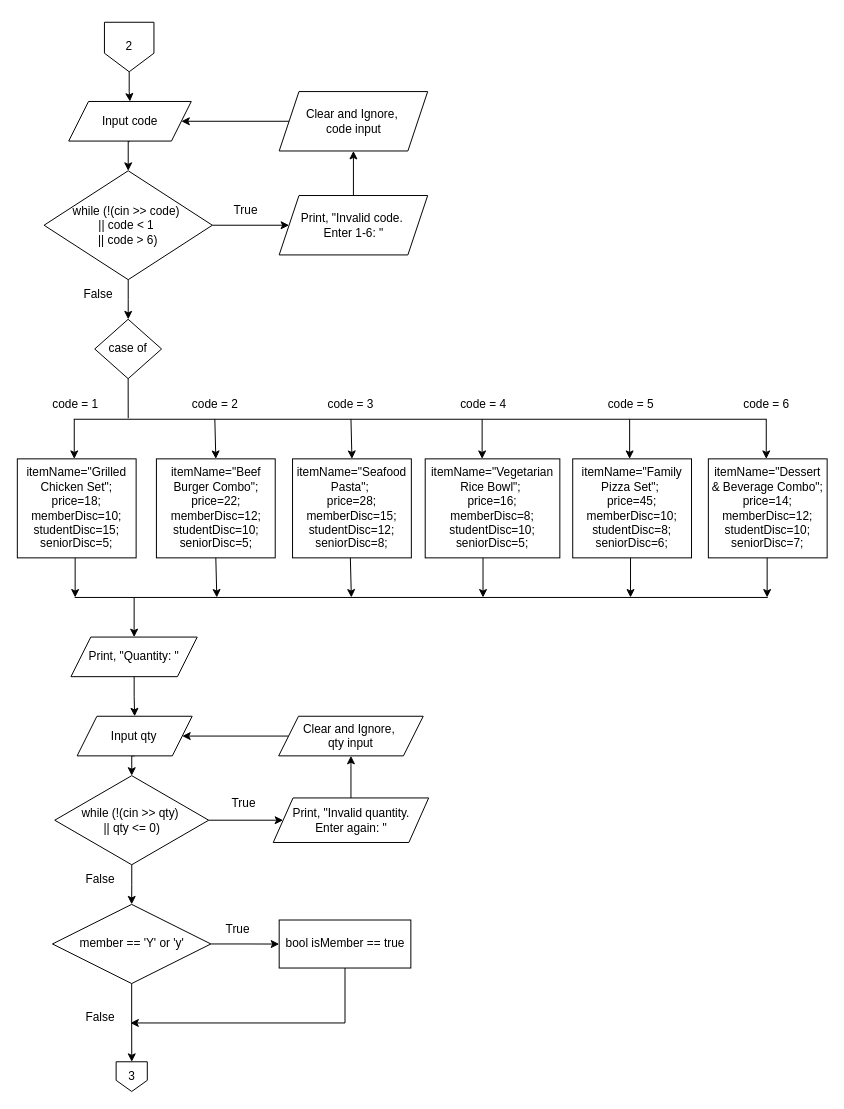
This is page "Page-2" (2 of 3) of flowchart_group8_DCSI.drawio from cr0w-l0rd/Restaurant_Ordering_and_Billing_System, a draw.io file, before an edit. Source tidied: cells renumbered, new cells numbered last; positions are measured from the earlier drawing's top-left corner, leaving out a move shared by most shapes. Both pictures are drawn from the tidied source at 99%, with x=0, y=0 at pixel (17, 22).
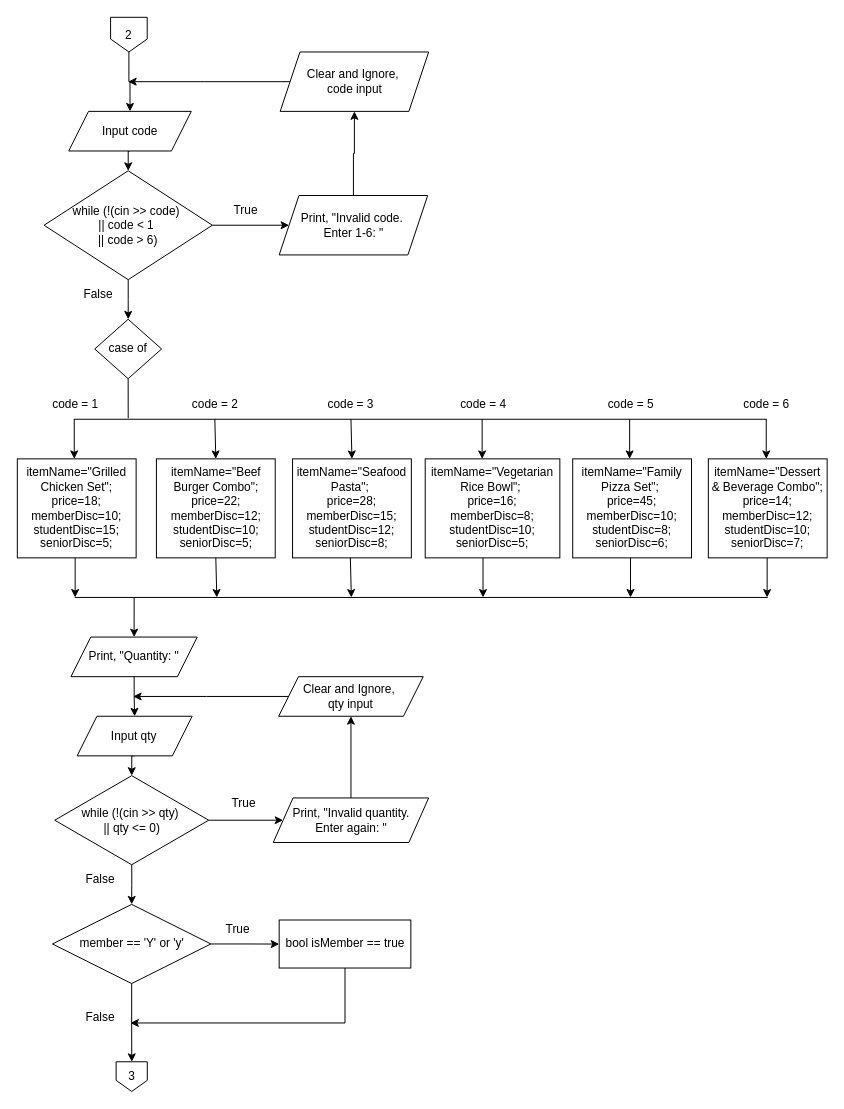
The same page after the edit.

The change refers to these unchanged cells:
```xml
<mxCell id="50" value="Input qty" style="shape=parallelogram;perimeter=parallelogramPerimeter;whiteSpace=wrap;html=1;fixedSize=1;" parent="1" vertex="1">
  <mxGeometry x="60.4" y="701" width="116.2" height="40" as="geometry" />
</mxCell>
```

Diff of the diagram source:
```diff
@@
     <mxCell id="3" value="2" style="shape=offPageConnector;whiteSpace=wrap;html=1;" parent="1" vertex="1">
-      <mxGeometry x="88" width="50" height="50" as="geometry" />
+      <mxGeometry x="94.2" y="-5" width="37" height="35" as="geometry" />
     </mxCell>
@@
     <mxCell id="10" value="Input code" style="shape=parallelogram;perimeter=parallelogramPerimeter;whiteSpace=wrap;html=1;fixedSize=1;" parent="1" vertex="1">
-      <mxGeometry x="51.9" y="80" width="123.8" height="40" as="geometry" />
+      <mxGeometry x="51.9" y="90" width="123.8" height="40" as="geometry" />
     </mxCell>
-    <mxCell id="11" style="edgeStyle=orthogonalEdgeStyle;rounded=0;jettySize=auto;html=1;entryX=1;entryY=0.5;entryDx=0;entryDy=0;" parent="1" edge="1" source="12" target="10">
-      <mxGeometry relative="1" as="geometry" />
-    </mxCell>
+    <mxCell id="65" style="edgeStyle=orthogonalEdgeStyle;rounded=0;jettySize=auto;html=1;exitX=0;exitY=0.5;exitDx=0;exitDy=0;" parent="1" edge="1" source="12">
+      <mxGeometry relative="1" as="geometry">
+        <mxPoint x="112" y="60" as="targetPoint" />
+      </mxGeometry>
+    </mxCell>
     <mxCell id="12" value="Clear and Ignore,&amp;nbsp;&lt;div&gt;code input&lt;/div&gt;" style="shape=parallelogram;perimeter=parallelogramPerimeter;whiteSpace=wrap;html=1;fixedSize=1;" parent="1" vertex="1">
-      <mxGeometry x="264.5" y="70" width="150" height="60" as="geometry" />
+      <mxGeometry x="265.5" y="30" width="150" height="60" as="geometry" />
     </mxCell>
@@
-    <mxCell id="51" style="edgeStyle=orthogonalEdgeStyle;rounded=0;jettySize=auto;html=1;entryX=1;entryY=0.5;entryDx=0;entryDy=0;" parent="1" edge="1" source="52" target="50">
-      <mxGeometry relative="1" as="geometry" />
-    </mxCell>
+    <mxCell id="66" style="edgeStyle=orthogonalEdgeStyle;rounded=0;jettySize=auto;html=1;exitX=0;exitY=0.5;exitDx=0;exitDy=0;" parent="1" edge="1" source="52">
+      <mxGeometry relative="1" as="geometry">
+        <mxPoint x="117" y="681" as="targetPoint" />
+      </mxGeometry>
+    </mxCell>
     <mxCell id="52" value="Clear and Ignore,&amp;nbsp;&lt;div&gt;qty input&lt;/div&gt;" style="shape=parallelogram;perimeter=parallelogramPerimeter;whiteSpace=wrap;html=1;fixedSize=1;" parent="1" vertex="1">
-      <mxGeometry x="264" y="701" width="146" height="40" as="geometry" />
+      <mxGeometry x="264" y="661" width="146" height="40" as="geometry" />
     </mxCell>
```
